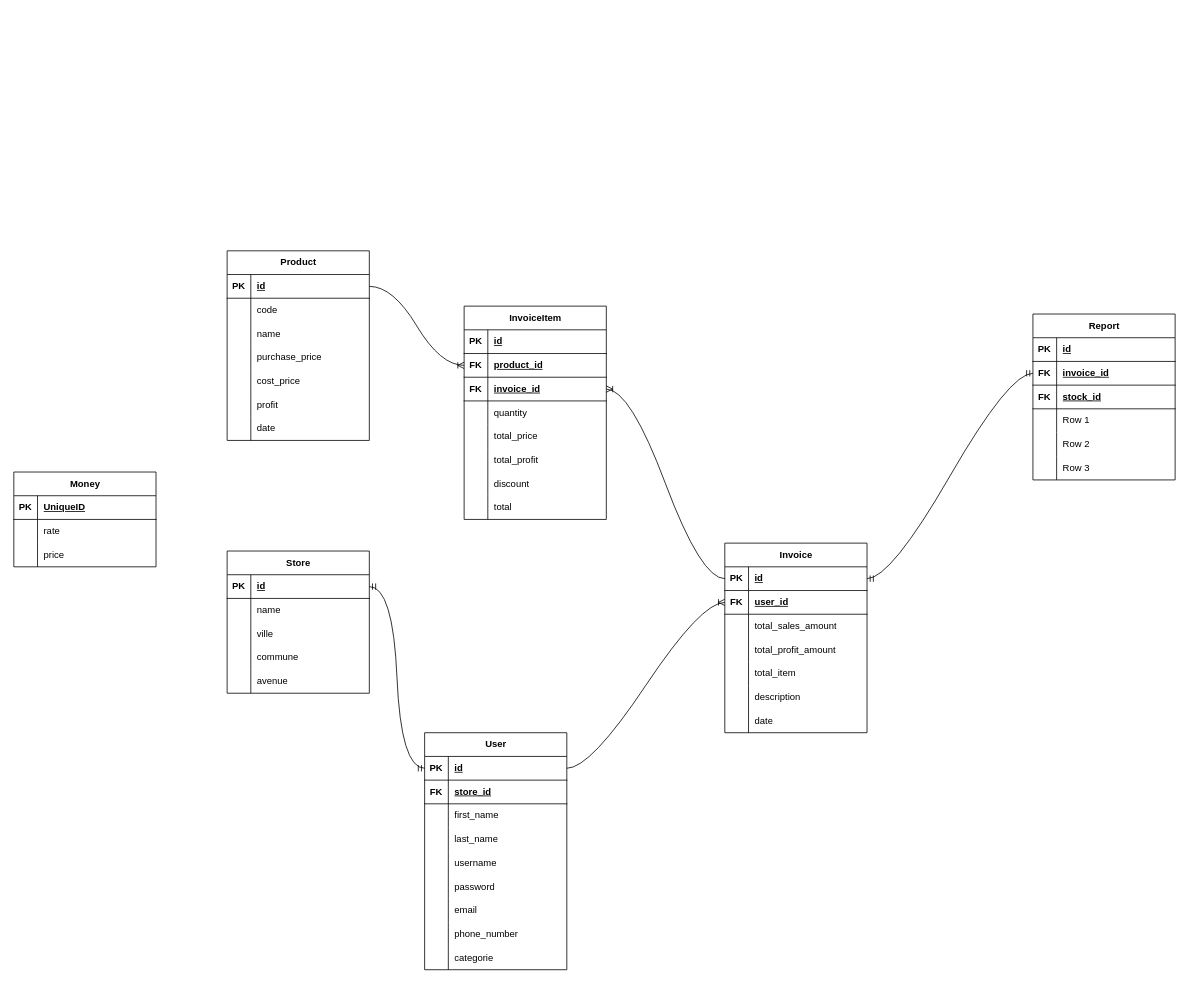
BenUzan/mercure-dashboard keeps this draw.io diagram as db-erd.drawio. Above is the earlier version. Source tidied: cells renumbered, new cells numbered last; positions are measured from the earlier drawing's top-left corner, leaving out a move shared by most shapes. Both pictures are drawn from the tidied source at 79%, with x=0, y=0 at pixel (13, 250).
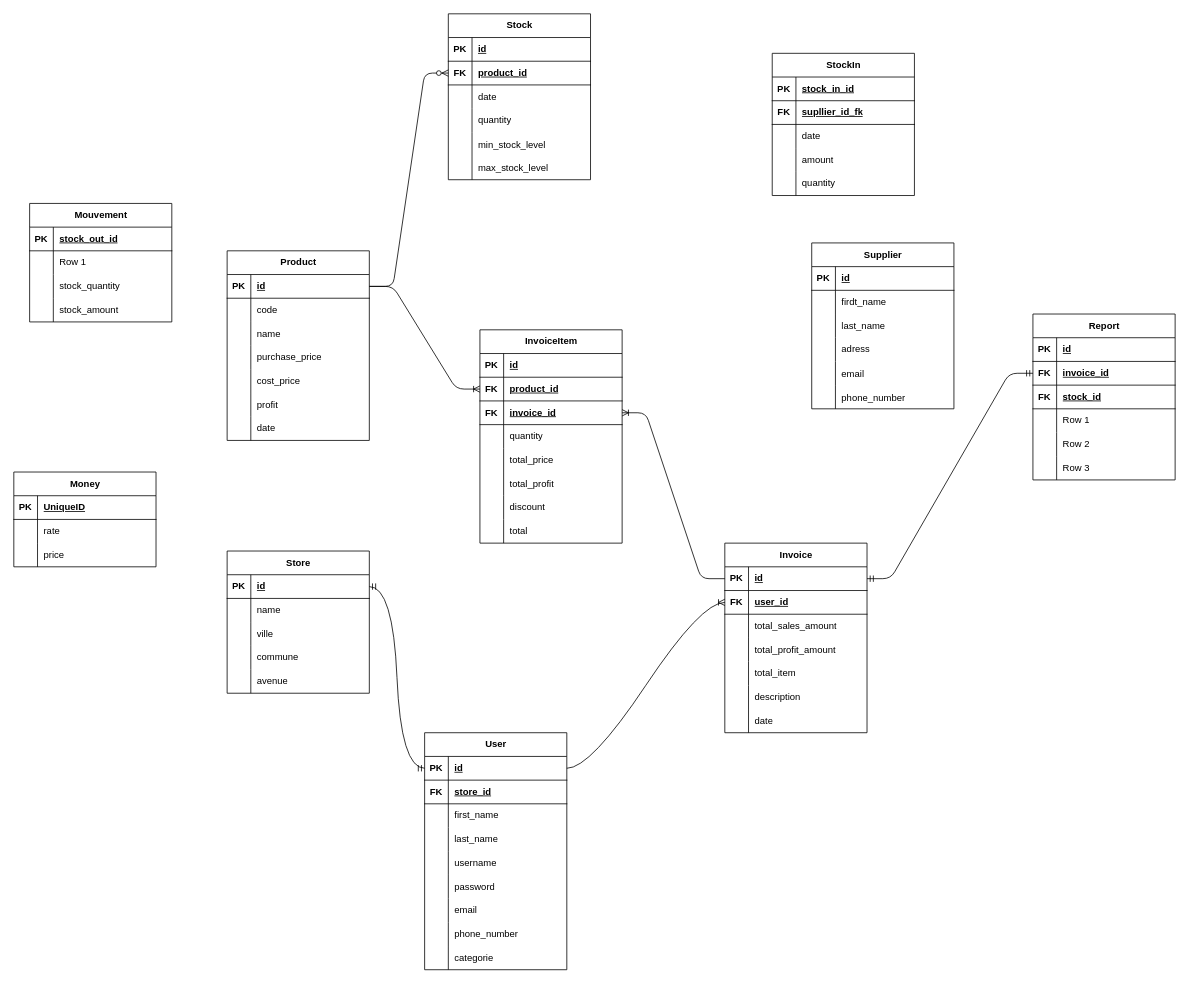
The same diagram, later.

The change refers to these unchanged cells:
```xml
<mxCell id="47" style="shape=tableRow;horizontal=0;startSize=0;swimlaneHead=0;swimlaneBody=0;fillColor=none;points=[[0,0.5],[1,0.5]];portConstraint=eastwest;top=0;left=0;right=0;bottom=1;" parent="46" vertex="1">
  <mxGeometry y="30" width="180" height="30" as="geometry" />
</mxCell>
<mxCell id="79" style="shape=tableRow;horizontal=0;startSize=0;swimlaneHead=0;swimlaneBody=0;fillColor=none;points=[[0,0.5],[1,0.5]];portConstraint=eastwest;top=0;left=0;right=0;bottom=1;" parent="78" vertex="1">
  <mxGeometry y="30" width="180" height="30" as="geometry" />
</mxCell>
<mxCell id="104" style="shape=tableRow;horizontal=0;startSize=0;swimlaneHead=0;swimlaneBody=0;fillColor=none;points=[[0,0.5],[1,0.5]];portConstraint=eastwest;top=0;left=0;right=0;bottom=1;" parent="100" vertex="1">
  <mxGeometry y="60" width="180" height="30" as="geometry" />
</mxCell>
<mxCell id="107" style="shape=tableRow;horizontal=0;startSize=0;swimlaneHead=0;swimlaneBody=0;fillColor=none;points=[[0,0.5],[1,0.5]];portConstraint=eastwest;top=0;left=0;right=0;bottom=1;" parent="100" vertex="1">
  <mxGeometry y="90" width="180" height="30" as="geometry" />
</mxCell>
<mxCell id="132" style="shape=tableRow;horizontal=0;startSize=0;swimlaneHead=0;swimlaneBody=0;fillColor=none;points=[[0,0.5],[1,0.5]];portConstraint=eastwest;top=0;left=0;right=0;bottom=1;" parent="128" vertex="1">
  <mxGeometry y="60" width="180" height="30" as="geometry" />
</mxCell>
```

Change to the diagram source:
```diff
@@
     <mxCell id="100" value="InvoiceItem" style="shape=table;startSize=30;childLayout=tableLayout;rowLines=0;fontStyle=1;align=center;html=1;" parent="1" vertex="1">
-      <mxGeometry x="570" y="70" width="180" height="270" as="geometry" />
+      <mxGeometry x="590" y="100" width="180" height="270" as="geometry" />
     </mxCell>
@@
-    <mxCell id="126" style="edgeStyle=entityRelationEdgeStyle;fontSize=12;html=1;endArrow=ERoneToMany;rounded=0;curved=1;" parent="1" edge="1" source="47" target="104">
+    <mxCell id="126" style="edgeStyle=entityRelationEdgeStyle;fontSize=12;html=1;endArrow=ERoneToMany;rounded=1;curved=0;" parent="1" edge="1" source="47" target="104">
       <mxGeometry relative="1" as="geometry" />
     </mxCell>
@@
-    <mxCell id="147" style="edgeStyle=entityRelationEdgeStyle;fontSize=12;html=1;endArrow=ERmandOne;startArrow=ERmandOne;rounded=0;curved=1;" parent="1" edge="1" source="79" target="132">
+    <mxCell id="147" style="edgeStyle=entityRelationEdgeStyle;fontSize=12;html=1;endArrow=ERmandOne;startArrow=ERmandOne;rounded=1;curved=0;" parent="1" edge="1" source="79" target="132">
       <mxGeometry relative="1" as="geometry">
         <Array as="points">
           <mxPoint x="1120" y="80" />
           <mxPoint x="920" y="490" />
           <mxPoint x="870" y="520" />
         </Array>
       </mxGeometry>
     </mxCell>
-    <mxCell id="148" style="edgeStyle=entityRelationEdgeStyle;fontSize=12;html=1;endArrow=ERoneToMany;rounded=0;curved=1;" parent="1" edge="1" source="79" target="107">
+    <mxCell id="148" style="edgeStyle=entityRelationEdgeStyle;fontSize=12;html=1;endArrow=ERoneToMany;rounded=1;curved=0;" parent="1" edge="1" source="79" target="107">
       <mxGeometry relative="1" as="geometry" />
     </mxCell>
+    <mxCell id="149" value="Stock" style="shape=table;startSize=30;childLayout=tableLayout;rowLines=0;fontStyle=1;align=center;html=1;" parent="1" vertex="1">
+      <mxGeometry x="550" y="-300" width="180" height="210" as="geometry" />
+    </mxCell>
+    <mxCell id="150" style="shape=tableRow;horizontal=0;startSize=0;swimlaneHead=0;swimlaneBody=0;fillColor=none;top=0;left=0;right=0;bottom=1;" parent="149" vertex="1">
+      <mxGeometry y="30" width="180" height="30" as="geometry" />
+    </mxCell>
+    <mxCell id="151" value="PK" style="shape=partialRectangle;fillColor=none;top=0;left=0;bottom=0;right=0;fontStyle=1;overflow=hidden;whiteSpace=wrap;html=1;" parent="150" vertex="1">
+      <mxGeometry width="30" height="30" as="geometry" />
+    </mxCell>
+    <mxCell id="152" value="id" style="shape=partialRectangle;fillColor=none;top=0;left=0;bottom=0;right=0;align=left;spacingLeft=6;fontStyle=5;overflow=hidden;whiteSpace=wrap;html=1;" parent="150" vertex="1">
+      <mxGeometry x="30" width="150" height="30" as="geometry" />
+    </mxCell>
+    <mxCell id="153" style="shape=tableRow;horizontal=0;startSize=0;swimlaneHead=0;swimlaneBody=0;fillColor=none;points=[[0,0.5],[1,0.5]];portConstraint=eastwest;top=0;left=0;right=0;bottom=1;" parent="149" vertex="1">
+      <mxGeometry y="60" width="180" height="30" as="geometry" />
+    </mxCell>
+    <mxCell id="154" value="FK" style="shape=partialRectangle;fillColor=none;top=0;left=0;bottom=0;right=0;fontStyle=1;overflow=hidden;whiteSpace=wrap;html=1;" parent="153" vertex="1">
+      <mxGeometry width="30" height="30" as="geometry" />
+    </mxCell>
+    <mxCell id="155" value="product_id" style="shape=partialRectangle;fillColor=none;top=0;left=0;bottom=0;right=0;align=left;spacingLeft=6;fontStyle=5;overflow=hidden;whiteSpace=wrap;html=1;" parent="153" vertex="1">
+      <mxGeometry x="30" width="150" height="30" as="geometry" />
+    </mxCell>
+    <mxCell id="156" style="shape=tableRow;horizontal=0;startSize=0;swimlaneHead=0;swimlaneBody=0;fillColor=none;top=0;left=0;right=0;bottom=0;" parent="149" vertex="1">
+      <mxGeometry y="90" width="180" height="30" as="geometry" />
+    </mxCell>
+    <mxCell id="157" style="shape=partialRectangle;fillColor=none;top=0;left=0;bottom=0;right=0;overflow=hidden;whiteSpace=wrap;html=1;" parent="156" vertex="1">
+      <mxGeometry width="30" height="30" as="geometry" />
+    </mxCell>
+    <mxCell id="158" value="date" style="shape=partialRectangle;fillColor=none;top=0;left=0;bottom=0;right=0;align=left;spacingLeft=6;overflow=hidden;whiteSpace=wrap;html=1;" parent="156" vertex="1">
+      <mxGeometry x="30" width="150" height="30" as="geometry" />
+    </mxCell>
+    <mxCell id="159" style="shape=tableRow;horizontal=0;startSize=0;swimlaneHead=0;swimlaneBody=0;fillColor=none;top=0;left=0;right=0;bottom=0;" parent="149" vertex="1">
+      <mxGeometry y="120" width="180" height="30" as="geometry" />
+    </mxCell>
+    <mxCell id="160" style="shape=partialRectangle;fillColor=none;top=0;left=0;bottom=0;right=0;overflow=hidden;whiteSpace=wrap;html=1;" parent="159" vertex="1">
+      <mxGeometry width="30" height="30" as="geometry" />
+    </mxCell>
+    <mxCell id="161" value="quantity" style="shape=partialRectangle;fillColor=none;top=0;left=0;bottom=0;right=0;align=left;spacingLeft=6;overflow=hidden;whiteSpace=wrap;html=1;" parent="159" vertex="1">
+      <mxGeometry x="30" width="150" height="30" as="geometry" />
+    </mxCell>
+    <mxCell id="162" style="shape=tableRow;horizontal=0;startSize=0;swimlaneHead=0;swimlaneBody=0;fillColor=none;top=0;left=0;right=0;bottom=0;" parent="149" vertex="1">
+      <mxGeometry y="150" width="180" height="30" as="geometry" />
+    </mxCell>
+    <mxCell id="163" style="shape=partialRectangle;fillColor=none;top=0;left=0;bottom=0;right=0;overflow=hidden;" parent="162" vertex="1">
+      <mxGeometry width="30" height="30" as="geometry" />
+    </mxCell>
+    <mxCell id="164" value="min_stock_level" style="shape=partialRectangle;fillColor=none;top=0;left=0;bottom=0;right=0;align=left;spacingLeft=6;overflow=hidden;" parent="162" vertex="1">
+      <mxGeometry x="30" width="150" height="30" as="geometry" />
+    </mxCell>
+    <mxCell id="165" style="shape=tableRow;horizontal=0;startSize=0;swimlaneHead=0;swimlaneBody=0;fillColor=none;top=0;left=0;right=0;bottom=0;" parent="149" vertex="1">
+      <mxGeometry y="180" width="180" height="30" as="geometry" />
+    </mxCell>
+    <mxCell id="166" style="shape=partialRectangle;fillColor=none;top=0;left=0;bottom=0;right=0;overflow=hidden;whiteSpace=wrap;html=1;" parent="165" vertex="1">
+      <mxGeometry width="30" height="30" as="geometry" />
+    </mxCell>
+    <mxCell id="167" value="max_stock_level" style="shape=partialRectangle;fillColor=none;top=0;left=0;bottom=0;right=0;align=left;spacingLeft=6;overflow=hidden;whiteSpace=wrap;html=1;" parent="165" vertex="1">
+      <mxGeometry x="30" width="150" height="30" as="geometry" />
+    </mxCell>
+    <mxCell id="168" style="edgeStyle=entityRelationEdgeStyle;fontSize=12;html=1;endArrow=ERzeroToMany;endFill=1;rounded=1;curved=0;" parent="1" edge="1" source="47" target="153">
+      <mxGeometry relative="1" as="geometry" />
+    </mxCell>
+    <mxCell id="169" value="Supplier" style="shape=table;startSize=30;childLayout=tableLayout;rowLines=0;fontStyle=1;align=center;html=1;" parent="1" vertex="1">
+      <mxGeometry x="1010" y="-10" width="180" height="210" as="geometry" />
+    </mxCell>
+    <mxCell id="170" style="shape=tableRow;horizontal=0;startSize=0;swimlaneHead=0;swimlaneBody=0;fillColor=none;top=0;left=0;right=0;bottom=1;" parent="169" vertex="1">
+      <mxGeometry y="30" width="180" height="30" as="geometry" />
+    </mxCell>
+    <mxCell id="171" value="PK" style="shape=partialRectangle;fillColor=none;top=0;left=0;bottom=0;right=0;fontStyle=1;overflow=hidden;whiteSpace=wrap;html=1;" parent="170" vertex="1">
+      <mxGeometry width="30" height="30" as="geometry" />
+    </mxCell>
+    <mxCell id="172" value="id" style="shape=partialRectangle;fillColor=none;top=0;left=0;bottom=0;right=0;align=left;spacingLeft=6;fontStyle=5;overflow=hidden;whiteSpace=wrap;html=1;" parent="170" vertex="1">
+      <mxGeometry x="30" width="150" height="30" as="geometry" />
+    </mxCell>
+    <mxCell id="173" style="shape=tableRow;horizontal=0;startSize=0;swimlaneHead=0;swimlaneBody=0;fillColor=none;top=0;left=0;right=0;bottom=0;" parent="169" vertex="1">
+      <mxGeometry y="60" width="180" height="30" as="geometry" />
+    </mxCell>
+    <mxCell id="174" style="shape=partialRectangle;fillColor=none;top=0;left=0;bottom=0;right=0;overflow=hidden;whiteSpace=wrap;html=1;" parent="173" vertex="1">
+      <mxGeometry width="30" height="30" as="geometry" />
+    </mxCell>
+    <mxCell id="175" value="firdt_name" style="shape=partialRectangle;fillColor=none;top=0;left=0;bottom=0;right=0;align=left;spacingLeft=6;overflow=hidden;whiteSpace=wrap;html=1;" parent="173" vertex="1">
+      <mxGeometry x="30" width="150" height="30" as="geometry" />
+    </mxCell>
+    <mxCell id="176" style="shape=tableRow;horizontal=0;startSize=0;swimlaneHead=0;swimlaneBody=0;fillColor=none;top=0;left=0;right=0;bottom=0;" parent="169" vertex="1">
+      <mxGeometry y="90" width="180" height="30" as="geometry" />
+    </mxCell>
+    <mxCell id="177" style="shape=partialRectangle;fillColor=none;top=0;left=0;bottom=0;right=0;overflow=hidden;whiteSpace=wrap;html=1;" parent="176" vertex="1">
+      <mxGeometry width="30" height="30" as="geometry" />
+    </mxCell>
+    <mxCell id="178" value="last_name" style="shape=partialRectangle;fillColor=none;top=0;left=0;bottom=0;right=0;align=left;spacingLeft=6;overflow=hidden;whiteSpace=wrap;html=1;" parent="176" vertex="1">
+      <mxGeometry x="30" width="150" height="30" as="geometry" />
+    </mxCell>
+    <mxCell id="179" style="shape=tableRow;horizontal=0;startSize=0;swimlaneHead=0;swimlaneBody=0;fillColor=none;top=0;left=0;right=0;bottom=0;" parent="169" vertex="1">
+      <mxGeometry y="120" width="180" height="30" as="geometry" />
+    </mxCell>
+    <mxCell id="180" style="shape=partialRectangle;fillColor=none;top=0;left=0;bottom=0;right=0;overflow=hidden;whiteSpace=wrap;html=1;" parent="179" vertex="1">
+      <mxGeometry width="30" height="30" as="geometry" />
+    </mxCell>
+    <mxCell id="181" value="adress" style="shape=partialRectangle;fillColor=none;top=0;left=0;bottom=0;right=0;align=left;spacingLeft=6;overflow=hidden;whiteSpace=wrap;html=1;" parent="179" vertex="1">
+      <mxGeometry x="30" width="150" height="30" as="geometry" />
+    </mxCell>
+    <mxCell id="182" style="shape=tableRow;horizontal=0;startSize=0;swimlaneHead=0;swimlaneBody=0;fillColor=none;top=0;left=0;right=0;bottom=0;" parent="169" vertex="1">
+      <mxGeometry y="150" width="180" height="30" as="geometry" />
+    </mxCell>
+    <mxCell id="183" style="shape=partialRectangle;fillColor=none;top=0;left=0;bottom=0;right=0;overflow=hidden;" parent="182" vertex="1">
+      <mxGeometry width="30" height="30" as="geometry" />
+    </mxCell>
+    <mxCell id="184" value="email" style="shape=partialRectangle;fillColor=none;top=0;left=0;bottom=0;right=0;align=left;spacingLeft=6;overflow=hidden;" parent="182" vertex="1">
+      <mxGeometry x="30" width="150" height="30" as="geometry" />
+    </mxCell>
+    <mxCell id="185" style="shape=tableRow;horizontal=0;startSize=0;swimlaneHead=0;swimlaneBody=0;fillColor=none;top=0;left=0;right=0;bottom=0;" parent="169" vertex="1">
+      <mxGeometry y="180" width="180" height="30" as="geometry" />
+    </mxCell>
+    <mxCell id="186" style="shape=partialRectangle;fillColor=none;top=0;left=0;bottom=0;right=0;overflow=hidden;" parent="185" vertex="1">
+      <mxGeometry width="30" height="30" as="geometry" />
+    </mxCell>
+    <mxCell id="187" value="phone_number" style="shape=partialRectangle;fillColor=none;top=0;left=0;bottom=0;right=0;align=left;spacingLeft=6;overflow=hidden;" parent="185" vertex="1">
+      <mxGeometry x="30" width="150" height="30" as="geometry" />
+    </mxCell>
+    <mxCell id="188" value="Mouvement" style="shape=table;startSize=30;childLayout=tableLayout;rowLines=0;fontStyle=1;align=center;html=1;" parent="1" vertex="1">
+      <mxGeometry x="20" y="-60" width="180" height="150" as="geometry" />
+    </mxCell>
+    <mxCell id="189" style="shape=tableRow;horizontal=0;startSize=0;swimlaneHead=0;swimlaneBody=0;fillColor=none;top=0;left=0;right=0;bottom=1;" parent="188" vertex="1">
+      <mxGeometry y="30" width="180" height="30" as="geometry" />
+    </mxCell>
+    <mxCell id="190" value="PK" style="shape=partialRectangle;fillColor=none;top=0;left=0;bottom=0;right=0;fontStyle=1;overflow=hidden;whiteSpace=wrap;html=1;" parent="189" vertex="1">
+      <mxGeometry width="30" height="30" as="geometry" />
+    </mxCell>
+    <mxCell id="191" value="stock_out_id" style="shape=partialRectangle;fillColor=none;top=0;left=0;bottom=0;right=0;align=left;spacingLeft=6;fontStyle=5;overflow=hidden;whiteSpace=wrap;html=1;" parent="189" vertex="1">
+      <mxGeometry x="30" width="150" height="30" as="geometry" />
+    </mxCell>
+    <mxCell id="192" style="shape=tableRow;horizontal=0;startSize=0;swimlaneHead=0;swimlaneBody=0;fillColor=none;top=0;left=0;right=0;bottom=0;" parent="188" vertex="1">
+      <mxGeometry y="60" width="180" height="30" as="geometry" />
+    </mxCell>
+    <mxCell id="193" style="shape=partialRectangle;fillColor=none;top=0;left=0;bottom=0;right=0;overflow=hidden;whiteSpace=wrap;html=1;" parent="192" vertex="1">
+      <mxGeometry width="30" height="30" as="geometry" />
+    </mxCell>
+    <mxCell id="194" value="Row 1" style="shape=partialRectangle;fillColor=none;top=0;left=0;bottom=0;right=0;align=left;spacingLeft=6;overflow=hidden;whiteSpace=wrap;html=1;" parent="192" vertex="1">
+      <mxGeometry x="30" width="150" height="30" as="geometry" />
+    </mxCell>
+    <mxCell id="195" style="shape=tableRow;horizontal=0;startSize=0;swimlaneHead=0;swimlaneBody=0;fillColor=none;top=0;left=0;right=0;bottom=0;" parent="188" vertex="1">
+      <mxGeometry y="90" width="180" height="30" as="geometry" />
+    </mxCell>
+    <mxCell id="196" style="shape=partialRectangle;fillColor=none;top=0;left=0;bottom=0;right=0;overflow=hidden;whiteSpace=wrap;html=1;" parent="195" vertex="1">
+      <mxGeometry width="30" height="30" as="geometry" />
+    </mxCell>
+    <mxCell id="197" value="stock_quantity" style="shape=partialRectangle;fillColor=none;top=0;left=0;bottom=0;right=0;align=left;spacingLeft=6;overflow=hidden;whiteSpace=wrap;html=1;" parent="195" vertex="1">
+      <mxGeometry x="30" width="150" height="30" as="geometry" />
+    </mxCell>
+    <mxCell id="198" style="shape=tableRow;horizontal=0;startSize=0;swimlaneHead=0;swimlaneBody=0;fillColor=none;top=0;left=0;right=0;bottom=0;" parent="188" vertex="1">
+      <mxGeometry y="120" width="180" height="30" as="geometry" />
+    </mxCell>
+    <mxCell id="199" style="shape=partialRectangle;fillColor=none;top=0;left=0;bottom=0;right=0;overflow=hidden;whiteSpace=wrap;html=1;" parent="198" vertex="1">
+      <mxGeometry width="30" height="30" as="geometry" />
+    </mxCell>
+    <mxCell id="200" value="stock_amount" style="shape=partialRectangle;fillColor=none;top=0;left=0;bottom=0;right=0;align=left;spacingLeft=6;overflow=hidden;whiteSpace=wrap;html=1;" parent="198" vertex="1">
+      <mxGeometry x="30" width="150" height="30" as="geometry" />
+    </mxCell>
+    <mxCell id="201" value="StockIn" style="shape=table;startSize=30;childLayout=tableLayout;rowLines=0;fontStyle=1;align=center;html=1;" parent="1" vertex="1">
+      <mxGeometry x="960" y="-250" width="180" height="180" as="geometry" />
+    </mxCell>
+    <mxCell id="202" style="shape=tableRow;horizontal=0;startSize=0;swimlaneHead=0;swimlaneBody=0;fillColor=none;top=0;left=0;right=0;bottom=1;" parent="201" vertex="1">
+      <mxGeometry y="30" width="180" height="30" as="geometry" />
+    </mxCell>
+    <mxCell id="203" value="PK" style="shape=partialRectangle;fillColor=none;top=0;left=0;bottom=0;right=0;fontStyle=1;overflow=hidden;whiteSpace=wrap;html=1;" parent="202" vertex="1">
+      <mxGeometry width="30" height="30" as="geometry" />
+    </mxCell>
+    <mxCell id="204" value="stock_in_id" style="shape=partialRectangle;fillColor=none;top=0;left=0;bottom=0;right=0;align=left;spacingLeft=6;fontStyle=5;overflow=hidden;whiteSpace=wrap;html=1;" parent="202" vertex="1">
+      <mxGeometry x="30" width="150" height="30" as="geometry" />
+    </mxCell>
+    <mxCell id="205" style="shape=tableRow;horizontal=0;startSize=0;swimlaneHead=0;swimlaneBody=0;fillColor=none;top=0;left=0;right=0;bottom=1;" parent="201" vertex="1">
+      <mxGeometry y="60" width="180" height="30" as="geometry" />
+    </mxCell>
+    <mxCell id="206" value="FK" style="shape=partialRectangle;fillColor=none;top=0;left=0;bottom=0;right=0;fontStyle=1;overflow=hidden;whiteSpace=wrap;html=1;" parent="205" vertex="1">
+      <mxGeometry width="30" height="30" as="geometry" />
+    </mxCell>
+    <mxCell id="207" value="supllier_id_fk" style="shape=partialRectangle;fillColor=none;top=0;left=0;bottom=0;right=0;align=left;spacingLeft=6;fontStyle=5;overflow=hidden;whiteSpace=wrap;html=1;" parent="205" vertex="1">
+      <mxGeometry x="30" width="150" height="30" as="geometry" />
+    </mxCell>
+    <mxCell id="208" style="shape=tableRow;horizontal=0;startSize=0;swimlaneHead=0;swimlaneBody=0;fillColor=none;top=0;left=0;right=0;bottom=0;" parent="201" vertex="1">
+      <mxGeometry y="90" width="180" height="30" as="geometry" />
+    </mxCell>
+    <mxCell id="209" style="shape=partialRectangle;fillColor=none;top=0;left=0;bottom=0;right=0;overflow=hidden;whiteSpace=wrap;html=1;" parent="208" vertex="1">
+      <mxGeometry width="30" height="30" as="geometry" />
+    </mxCell>
+    <mxCell id="210" value="date" style="shape=partialRectangle;fillColor=none;top=0;left=0;bottom=0;right=0;align=left;spacingLeft=6;overflow=hidden;whiteSpace=wrap;html=1;" parent="208" vertex="1">
+      <mxGeometry x="30" width="150" height="30" as="geometry" />
+    </mxCell>
+    <mxCell id="211" style="shape=tableRow;horizontal=0;startSize=0;swimlaneHead=0;swimlaneBody=0;fillColor=none;top=0;left=0;right=0;bottom=0;" parent="201" vertex="1">
+      <mxGeometry y="120" width="180" height="30" as="geometry" />
+    </mxCell>
+    <mxCell id="212" style="shape=partialRectangle;fillColor=none;top=0;left=0;bottom=0;right=0;overflow=hidden;whiteSpace=wrap;html=1;" parent="211" vertex="1">
+      <mxGeometry width="30" height="30" as="geometry" />
+    </mxCell>
+    <mxCell id="213" value="amount" style="shape=partialRectangle;fillColor=none;top=0;left=0;bottom=0;right=0;align=left;spacingLeft=6;overflow=hidden;whiteSpace=wrap;html=1;" parent="211" vertex="1">
+      <mxGeometry x="30" width="150" height="30" as="geometry" />
+    </mxCell>
+    <mxCell id="214" style="shape=tableRow;horizontal=0;startSize=0;swimlaneHead=0;swimlaneBody=0;fillColor=none;top=0;left=0;right=0;bottom=0;" parent="201" vertex="1">
+      <mxGeometry y="150" width="180" height="30" as="geometry" />
+    </mxCell>
+    <mxCell id="215" style="shape=partialRectangle;fillColor=none;top=0;left=0;bottom=0;right=0;overflow=hidden;whiteSpace=wrap;html=1;" parent="214" vertex="1">
+      <mxGeometry width="30" height="30" as="geometry" />
+    </mxCell>
+    <mxCell id="216" value="quantity" style="shape=partialRectangle;fillColor=none;top=0;left=0;bottom=0;right=0;align=left;spacingLeft=6;overflow=hidden;whiteSpace=wrap;html=1;" parent="214" vertex="1">
+      <mxGeometry x="30" width="150" height="30" as="geometry" />
+    </mxCell>
```
